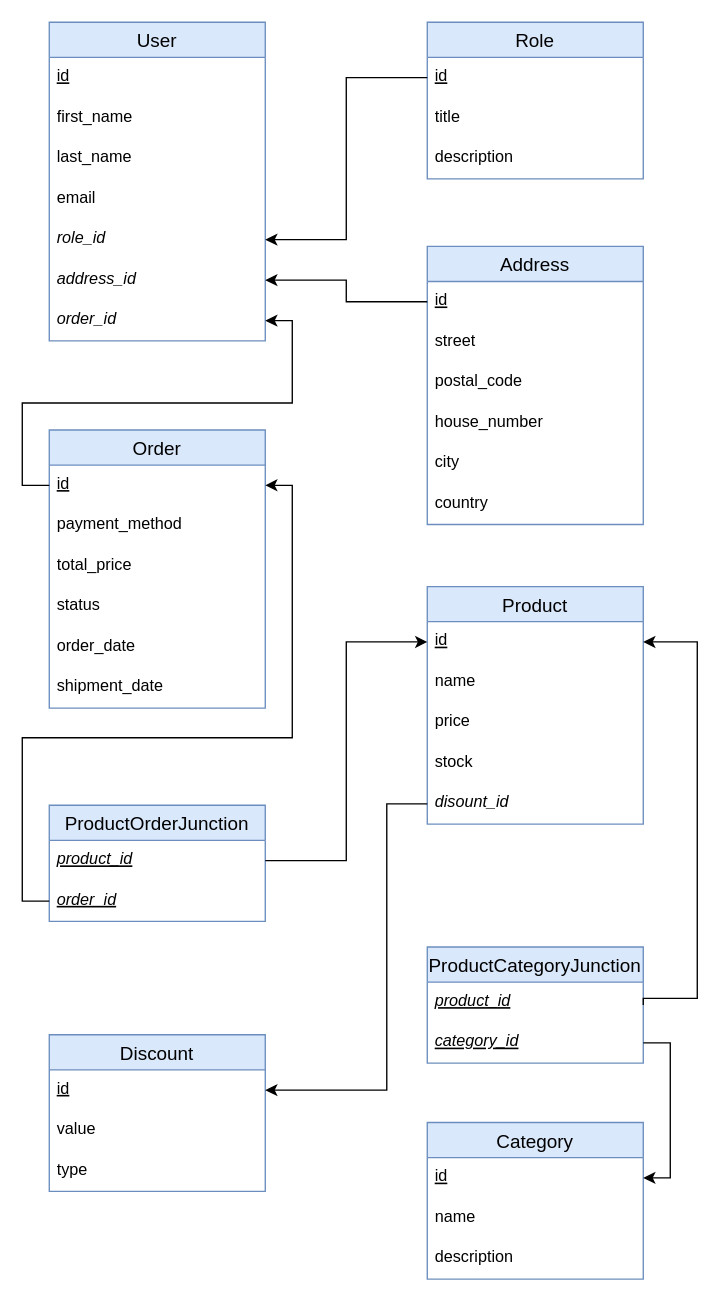
Before: diagrams/Relationeel_model_Brabotica.drawio in toufikSaadane/Brabotica-database-avans, a draw.io diagram. Source tidied: cells renumbered, new cells numbered last; positions are measured from the earlier drawing's top-left corner, leaving out a move shared by most shapes. Both pictures are drawn from the tidied source at 135%, with x=0, y=0 at pixel (22, 22).
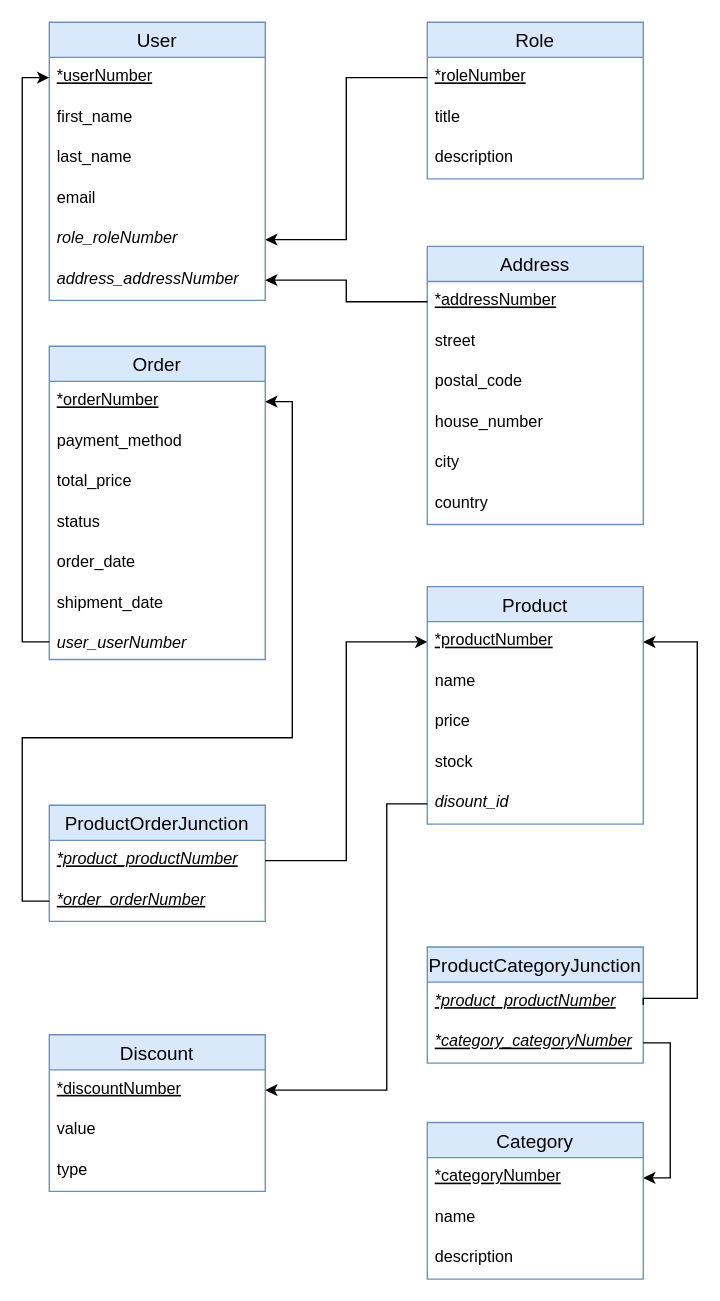
The same page after the edit.

Unchanged cells that the change refers to:
```xml
<mxCell id="10" value="Role" style="swimlane;fontStyle=0;horizontal=1;startSize=26;align=center;fontSize=14;fillColor=#dae8fc;strokeColor=#6c8ebf;" parent="1" vertex="1">
  <mxGeometry x="300" width="160" height="116" as="geometry" />
</mxCell>
<mxCell id="14" value="Address" style="swimlane;fontStyle=0;horizontal=1;startSize=26;align=center;fontSize=14;fillColor=#dae8fc;strokeColor=#6c8ebf;" parent="1" vertex="1">
  <mxGeometry x="300" y="166" width="160" height="206" as="geometry" />
</mxCell>
<mxCell id="28" value="ProductOrderJunction" style="swimlane;fontStyle=0;horizontal=1;startSize=26;align=center;fontSize=14;fillColor=#dae8fc;strokeColor=#6c8ebf;" parent="1" vertex="1">
  <mxGeometry x="20" y="580" width="160" height="86" as="geometry" />
</mxCell>
<mxCell id="35" value="Product" style="swimlane;fontStyle=0;horizontal=1;startSize=26;align=center;fontSize=14;fillColor=#dae8fc;strokeColor=#6c8ebf;" parent="1" vertex="1">
  <mxGeometry x="300" y="418" width="160" height="176" as="geometry" />
</mxCell>
<mxCell id="42" value="ProductCategoryJunction" style="swimlane;fontStyle=0;horizontal=1;startSize=26;align=center;fontSize=14;fillColor=#dae8fc;strokeColor=#6c8ebf;" parent="1" vertex="1">
  <mxGeometry x="300" y="685" width="160" height="86" as="geometry" />
</mxCell>
<mxCell id="46" value="Category" style="swimlane;fontStyle=0;horizontal=1;startSize=26;align=center;fontSize=14;fillColor=#dae8fc;strokeColor=#6c8ebf;" parent="1" vertex="1">
  <mxGeometry x="300" y="815" width="160" height="116" as="geometry" />
</mxCell>
<mxCell id="51" value="Discount" style="swimlane;fontStyle=0;horizontal=1;startSize=26;align=center;fontSize=14;fillColor=#dae8fc;strokeColor=#6c8ebf;" parent="1" vertex="1">
  <mxGeometry x="20" y="750" width="160" height="116" as="geometry" />
</mxCell>
```

Diff of the diagram source:
```diff
@@
     <mxCell id="2" value="User" style="swimlane;fontStyle=0;horizontal=1;startSize=26;align=center;fontSize=14;fillColor=#dae8fc;strokeColor=#6c8ebf;" parent="1" vertex="1">
-      <mxGeometry x="20" width="160" height="236" as="geometry" />
+      <mxGeometry x="20" width="160" height="206" as="geometry" />
     </mxCell>
-    <mxCell id="3" value="id" style="text;strokeColor=none;fillColor=none;spacingLeft=4;spacingRight=4;overflow=hidden;points=[[0,0.5],[1,0.5]];portConstraint=eastwest;fontSize=12;fontStyle=4;" parent="2" vertex="1">
+    <mxCell id="3" value="*userNumber" style="text;strokeColor=none;fillColor=none;spacingLeft=4;spacingRight=4;overflow=hidden;points=[[0,0.5],[1,0.5]];portConstraint=eastwest;fontSize=12;fontStyle=4;" parent="2" vertex="1">
       <mxGeometry y="26" width="160" height="30" as="geometry" />
     </mxCell>
@@
-    <mxCell id="7" value="role_id" style="text;strokeColor=none;fillColor=none;spacingLeft=4;spacingRight=4;overflow=hidden;points=[[0,0.5],[1,0.5]];portConstraint=eastwest;fontSize=12;fontStyle=2;" parent="2" vertex="1">
+    <mxCell id="7" value="role_roleNumber" style="text;strokeColor=none;fillColor=none;spacingLeft=4;spacingRight=4;overflow=hidden;points=[[0,0.5],[1,0.5]];portConstraint=eastwest;fontSize=12;fontStyle=2;" parent="2" vertex="1">
       <mxGeometry y="146" width="160" height="30" as="geometry" />
     </mxCell>
-    <mxCell id="8" value="address_id" style="text;strokeColor=none;fillColor=none;spacingLeft=4;spacingRight=4;overflow=hidden;points=[[0,0.5],[1,0.5]];portConstraint=eastwest;fontSize=12;fontStyle=2;" parent="2" vertex="1">
+    <mxCell id="8" value="address_addressNumber" style="text;strokeColor=none;fillColor=none;spacingLeft=4;spacingRight=4;overflow=hidden;points=[[0,0.5],[1,0.5]];portConstraint=eastwest;fontSize=12;fontStyle=2;" parent="2" vertex="1">
       <mxGeometry y="176" width="160" height="30" as="geometry" />
     </mxCell>
-    <mxCell id="9" value="order_id" style="text;strokeColor=none;fillColor=none;spacingLeft=4;spacingRight=4;overflow=hidden;points=[[0,0.5],[1,0.5]];portConstraint=eastwest;fontSize=12;fontStyle=2;" parent="2" vertex="1">
-      <mxGeometry y="206" width="160" height="30" as="geometry" />
-    </mxCell>
@@
-    <mxCell id="11" value="id" style="text;strokeColor=none;fillColor=none;spacingLeft=4;spacingRight=4;overflow=hidden;points=[[0,0.5],[1,0.5]];portConstraint=eastwest;fontSize=12;fontStyle=4;" parent="10" vertex="1">
+    <mxCell id="11" value="*roleNumber" style="text;strokeColor=none;fillColor=none;spacingLeft=4;spacingRight=4;overflow=hidden;points=[[0,0.5],[1,0.5]];portConstraint=eastwest;fontSize=12;fontStyle=4;" parent="10" vertex="1">
       <mxGeometry y="26" width="160" height="30" as="geometry" />
     </mxCell>
@@
-    <mxCell id="15" value="id" style="text;strokeColor=none;fillColor=none;spacingLeft=4;spacingRight=4;overflow=hidden;points=[[0,0.5],[1,0.5]];portConstraint=eastwest;fontSize=12;fontStyle=4;" parent="14" vertex="1">
+    <mxCell id="15" value="*addressNumber" style="text;strokeColor=none;fillColor=none;spacingLeft=4;spacingRight=4;overflow=hidden;points=[[0,0.5],[1,0.5]];portConstraint=eastwest;fontSize=12;fontStyle=4;" parent="14" vertex="1">
       <mxGeometry y="26" width="160" height="30" as="geometry" />
     </mxCell>
@@
     <mxCell id="21" value="Order" style="swimlane;fontStyle=0;horizontal=1;startSize=26;align=center;fontSize=14;fillColor=#dae8fc;strokeColor=#6c8ebf;" parent="1" vertex="1">
-      <mxGeometry x="20" y="302" width="160" height="206" as="geometry" />
+      <mxGeometry x="20" y="240" width="160" height="232" as="geometry" />
     </mxCell>
-    <mxCell id="22" value="id" style="text;strokeColor=none;fillColor=none;spacingLeft=4;spacingRight=4;overflow=hidden;points=[[0,0.5],[1,0.5]];portConstraint=eastwest;fontSize=12;fontStyle=4;" parent="21" vertex="1">
+    <mxCell id="22" value="*orderNumber" style="text;strokeColor=none;fillColor=none;spacingLeft=4;spacingRight=4;overflow=hidden;points=[[0,0.5],[1,0.5]];portConstraint=eastwest;fontSize=12;fontStyle=4;" parent="21" vertex="1">
       <mxGeometry y="26" width="160" height="30" as="geometry" />
     </mxCell>
@@
+    <mxCell id="56" value="user_userNumber" style="text;strokeColor=none;fillColor=none;align=left;verticalAlign=top;spacingLeft=4;spacingRight=4;overflow=hidden;points=[[0,0.5],[1,0.5]];portConstraint=eastwest;fontStyle=2;" parent="21" vertex="1">
+      <mxGeometry y="206" width="160" height="26" as="geometry" />
+    </mxCell>
@@
-    <mxCell id="29" value="product_id" style="text;strokeColor=none;fillColor=none;spacingLeft=4;spacingRight=4;overflow=hidden;points=[[0,0.5],[1,0.5]];portConstraint=eastwest;fontSize=12;fontStyle=6;" parent="28" vertex="1">
+    <mxCell id="29" value="*product_productNumber" style="text;strokeColor=none;fillColor=none;spacingLeft=4;spacingRight=4;overflow=hidden;points=[[0,0.5],[1,0.5]];portConstraint=eastwest;fontSize=12;fontStyle=6;" parent="28" vertex="1">
       <mxGeometry y="26" width="160" height="30" as="geometry" />
     </mxCell>
-    <mxCell id="30" value="order_id" style="text;strokeColor=none;fillColor=none;spacingLeft=4;spacingRight=4;overflow=hidden;points=[[0,0.5],[1,0.5]];portConstraint=eastwest;fontSize=12;fontStyle=6;" parent="28" vertex="1">
+    <mxCell id="30" value="*order_orderNumber" style="text;strokeColor=none;fillColor=none;spacingLeft=4;spacingRight=4;overflow=hidden;points=[[0,0.5],[1,0.5]];portConstraint=eastwest;fontSize=12;fontStyle=6;" parent="28" vertex="1">
       <mxGeometry y="56" width="160" height="30" as="geometry" />
     </mxCell>
@@
-    <mxCell id="33" style="edgeStyle=orthogonalEdgeStyle;rounded=0;jettySize=auto;html=1;entryX=1;entryY=0.5;entryDx=0;entryDy=0;fontColor=#67AB9F;" parent="1" edge="1" source="22" target="9">
-      <mxGeometry relative="1" as="geometry" />
-    </mxCell>
     <mxCell id="34" style="edgeStyle=orthogonalEdgeStyle;rounded=0;jettySize=auto;html=1;entryX=1;entryY=0.5;entryDx=0;entryDy=0;fontColor=#67AB9F;" parent="1" edge="1" source="30" target="22">
       <mxGeometry relative="1" as="geometry">
         <Array as="points">
           <mxPoint y="651" />
           <mxPoint y="530" />
           <mxPoint x="200" y="530" />
-          <mxPoint x="200" y="343" />
+          <mxPoint x="200" y="281" />
         </Array>
       </mxGeometry>
     </mxCell>
@@
-    <mxCell id="36" value="id" style="text;strokeColor=none;fillColor=none;spacingLeft=4;spacingRight=4;overflow=hidden;points=[[0,0.5],[1,0.5]];portConstraint=eastwest;fontSize=12;fontStyle=4;" parent="35" vertex="1">
+    <mxCell id="36" value="*productNumber" style="text;strokeColor=none;fillColor=none;spacingLeft=4;spacingRight=4;overflow=hidden;points=[[0,0.5],[1,0.5]];portConstraint=eastwest;fontSize=12;fontStyle=4;" parent="35" vertex="1">
       <mxGeometry y="26" width="160" height="30" as="geometry" />
     </mxCell>
@@
-    <mxCell id="43" value="product_id" style="text;strokeColor=none;fillColor=none;spacingLeft=4;spacingRight=4;overflow=hidden;fontSize=12;fontStyle=6;" parent="42" vertex="1">
+    <mxCell id="43" value="*product_productNumber" style="text;strokeColor=none;fillColor=none;spacingLeft=4;spacingRight=4;overflow=hidden;fontSize=12;fontStyle=6;" parent="42" vertex="1">
       <mxGeometry y="26" width="160" height="30" as="geometry" />
     </mxCell>
-    <mxCell id="44" value="category_id" style="text;strokeColor=none;fillColor=none;spacingLeft=4;spacingRight=4;overflow=hidden;points=[[0,0.5],[1,0.5]];portConstraint=eastwest;fontSize=12;fontStyle=6;" parent="42" vertex="1">
+    <mxCell id="44" value="*category_categoryNumber" style="text;strokeColor=none;fillColor=none;spacingLeft=4;spacingRight=4;overflow=hidden;points=[[0,0.5],[1,0.5]];portConstraint=eastwest;fontSize=12;fontStyle=6;" parent="42" vertex="1">
       <mxGeometry y="56" width="160" height="30" as="geometry" />
     </mxCell>
@@
-    <mxCell id="47" value="id" style="text;strokeColor=none;fillColor=none;spacingLeft=4;spacingRight=4;overflow=hidden;points=[[0,0.5],[1,0.5]];portConstraint=eastwest;fontSize=12;fontStyle=4;" parent="46" vertex="1">
+    <mxCell id="47" value="*categoryNumber" style="text;strokeColor=none;fillColor=none;spacingLeft=4;spacingRight=4;overflow=hidden;points=[[0,0.5],[1,0.5]];portConstraint=eastwest;fontSize=12;fontStyle=4;" parent="46" vertex="1">
       <mxGeometry y="26" width="160" height="30" as="geometry" />
     </mxCell>
@@
-    <mxCell id="52" value="id" style="text;strokeColor=none;fillColor=none;spacingLeft=4;spacingRight=4;overflow=hidden;points=[[0,0.5],[1,0.5]];portConstraint=eastwest;fontSize=12;fontStyle=4;" parent="51" vertex="1">
+    <mxCell id="52" value="*discountNumber" style="text;strokeColor=none;fillColor=none;spacingLeft=4;spacingRight=4;overflow=hidden;points=[[0,0.5],[1,0.5]];portConstraint=eastwest;fontSize=12;fontStyle=4;" parent="51" vertex="1">
       <mxGeometry y="26" width="160" height="30" as="geometry" />
     </mxCell>
@@
+    <mxCell id="57" style="edgeStyle=orthogonalEdgeStyle;rounded=0;jettySize=auto;html=1;exitX=0;exitY=0.5;exitDx=0;exitDy=0;entryX=0;entryY=0.5;entryDx=0;entryDy=0;" parent="1" edge="1" source="56" target="3">
+      <mxGeometry relative="1" as="geometry" />
+    </mxCell>
```
